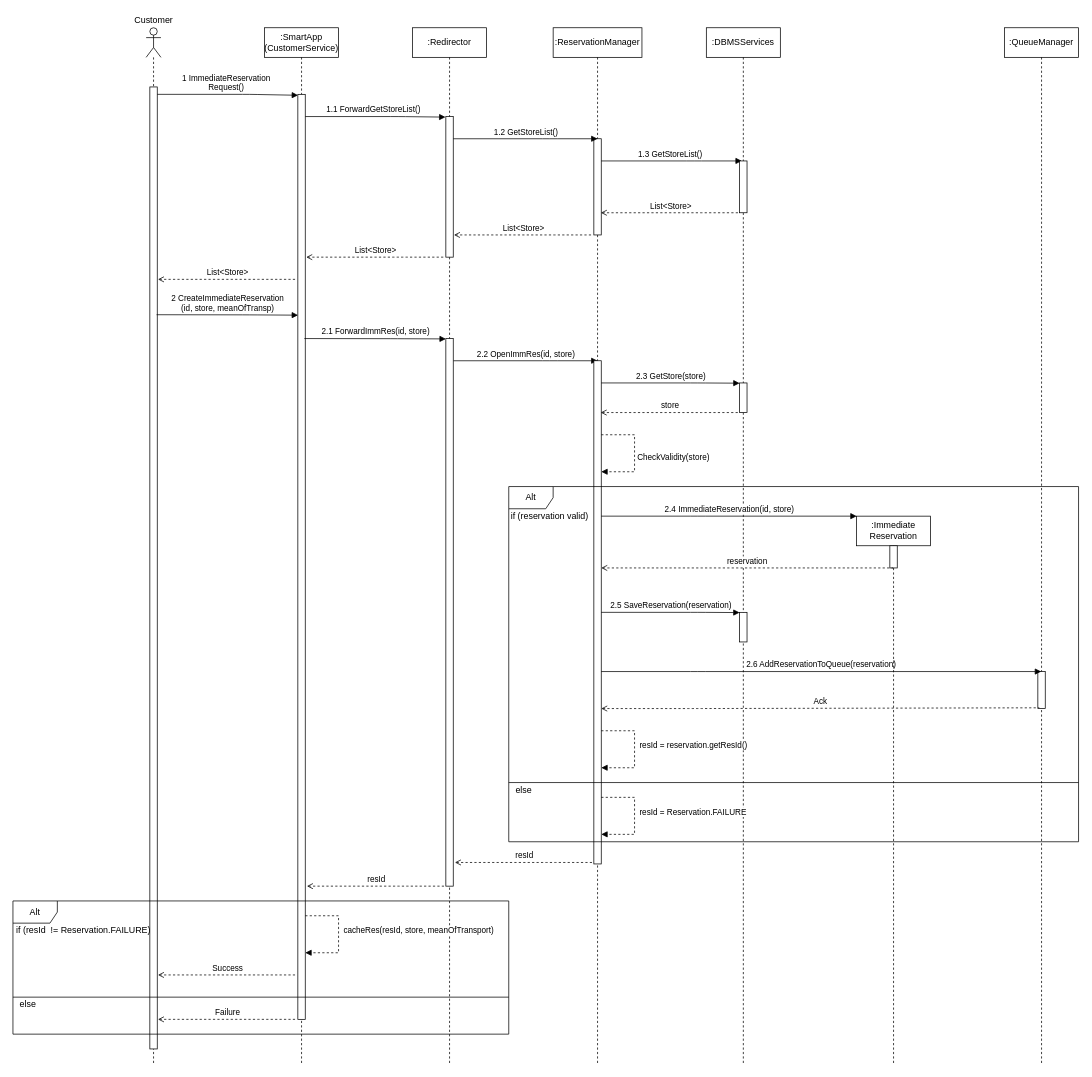
Before: DD/Images/RuntimeViewImmRes.drawio in StefanoAzzone/AbelliAzzone, a draw.io diagram. Source tidied: cells renumbered, new cells numbered last; positions are measured from the earlier drawing's top-left corner, leaving out a move shared by most shapes. Both pictures are drawn from the tidied source at 74%, with x=0, y=0 at pixel (13, 13).
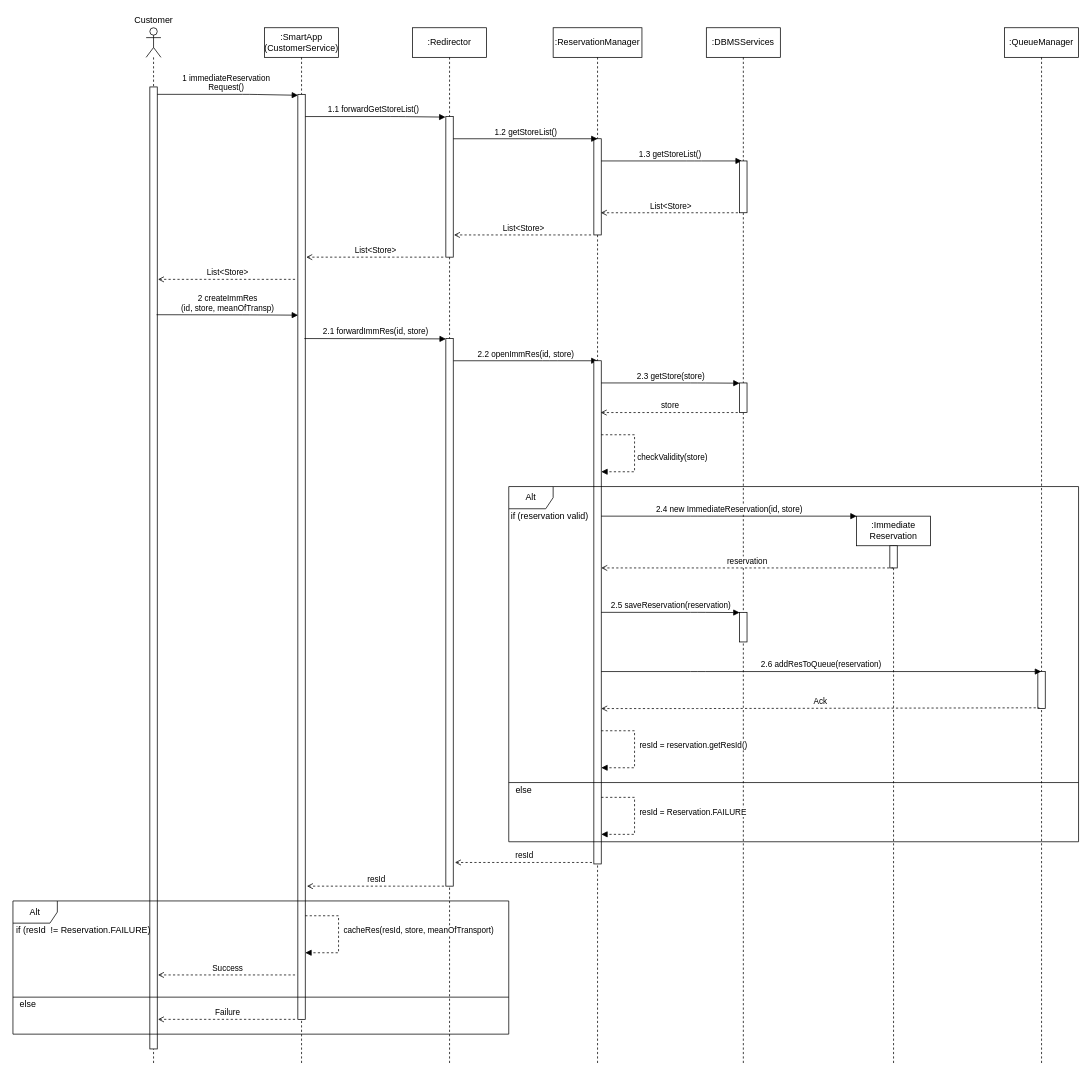
The same page after the edit.

Unchanged cells that the change refers to:
```xml
<mxCell id="8" style="html=1;points=[];perimeter=orthogonalPerimeter;" parent="7" vertex="1">
  <mxGeometry x="45" y="90" width="10" height="1250" as="geometry" />
</mxCell>
<mxCell id="14" style="html=1;points=[];perimeter=orthogonalPerimeter;" parent="1" vertex="1">
  <mxGeometry x="585" y="140" width="10" height="190" as="geometry" />
</mxCell>
<mxCell id="27" style="html=1;points=[];perimeter=orthogonalPerimeter;" parent="1" vertex="1">
  <mxGeometry x="982" y="500" width="10" height="40" as="geometry" />
</mxCell>
<mxCell id="35" value=":QueueManager" style="shape=umlLifeline;perimeter=lifelinePerimeter;whiteSpace=wrap;html=1;outlineConnect=0;" parent="1" vertex="1">
  <mxGeometry x="1340" y="20" width="100" height="1400" as="geometry" />
</mxCell>
<mxCell id="38" value="&lt;div&gt;:Immediate&lt;/div&gt;&lt;div&gt;Reservation&lt;/div&gt;" style="shape=umlLifeline;perimeter=lifelinePerimeter;whiteSpace=wrap;html=1;outlineConnect=0;" parent="1" vertex="1">
  <mxGeometry x="1140" y="680" width="100" height="740" as="geometry" />
</mxCell>
```

Diff of the diagram source:
```diff
@@
-    <mxCell id="2" value="&lt;div&gt;1.3 GetStoreList()&lt;/div&gt;" style="html=1;verticalAlign=bottom;endArrow=block;" parent="1" edge="1">
+    <mxCell id="2" value="&lt;div&gt;1.3 getStoreList()&lt;/div&gt;" style="html=1;verticalAlign=bottom;endArrow=block;" parent="1" edge="1">
       <mxGeometry relative="1" as="geometry">
         <mxPoint x="790" y="200" as="sourcePoint" />
         <mxPoint x="985" y="200" as="targetPoint" />
         <Array as="points">
           <mxPoint x="920.5" y="200" />
         </Array>
       </mxGeometry>
     </mxCell>
-    <mxCell id="3" value="&lt;div&gt;1.1 ForwardGetStoreList()&lt;/div&gt;" style="html=1;verticalAlign=bottom;endArrow=block;entryX=-0.05;entryY=0.004;entryDx=0;entryDy=0;entryPerimeter=0;" parent="1" edge="1" target="14">
+    <mxCell id="3" value="&lt;div&gt;1.1 forwardGetStoreList()&lt;/div&gt;" style="html=1;verticalAlign=bottom;endArrow=block;entryX=-0.05;entryY=0.004;entryDx=0;entryDy=0;entryPerimeter=0;" parent="1" edge="1" target="14">
       <mxGeometry relative="1" as="geometry">
         <mxPoint x="390" y="140" as="sourcePoint" />
         <Array as="points">
           <mxPoint x="520.5" y="140" />
         </Array>
       </mxGeometry>
     </mxCell>
-    <mxCell id="4" value="&lt;div&gt;1 ImmediateReservation&lt;/div&gt;&lt;div&gt;Request()&lt;/div&gt;" style="html=1;verticalAlign=bottom;endArrow=block;entryX=0.033;entryY=0.001;entryDx=0;entryDy=0;entryPerimeter=0;" parent="1" edge="1" target="8">
+    <mxCell id="4" value="&lt;div&gt;1 immediateReservation&lt;/div&gt;&lt;div&gt;Request()&lt;/div&gt;" style="html=1;verticalAlign=bottom;endArrow=block;entryX=0.033;entryY=0.001;entryDx=0;entryDy=0;entryPerimeter=0;" parent="1" edge="1" target="8">
       <mxGeometry relative="1" as="geometry">
         <mxPoint x="189.5" y="110" as="sourcePoint" />
         <Array as="points">
           <mxPoint x="320" y="110" />
         </Array>
       </mxGeometry>
     </mxCell>
@@
-    <mxCell id="15" value="&lt;div&gt;1.2 GetStoreList()&lt;/div&gt;" style="html=1;verticalAlign=bottom;endArrow=block;" parent="1" edge="1">
+    <mxCell id="15" value="&lt;div&gt;1.2 getStoreList()&lt;/div&gt;" style="html=1;verticalAlign=bottom;endArrow=block;" parent="1" edge="1">
       <mxGeometry relative="1" as="geometry">
         <mxPoint x="595" y="170" as="sourcePoint" />
         <mxPoint x="790" y="170" as="targetPoint" />
         <Array as="points">
           <mxPoint x="725.5" y="170" />
         </Array>
       </mxGeometry>
     </mxCell>
@@
-    <mxCell id="21" value="&lt;div&gt;2 CreateImmediateReservation&lt;/div&gt;&lt;div&gt;(id, store, meanOfTransp)&lt;/div&gt;" style="html=1;verticalAlign=bottom;endArrow=block;entryX=0.033;entryY=0.001;entryDx=0;entryDy=0;entryPerimeter=0;exitX=0.913;exitY=0.937;exitDx=0;exitDy=0;exitPerimeter=0;" parent="1" edge="1">
+    <mxCell id="21" value="&lt;div&gt;2 createImmRes&lt;/div&gt;&lt;div&gt;(id, store, meanOfTransp)&lt;/div&gt;" style="html=1;verticalAlign=bottom;endArrow=block;entryX=0.033;entryY=0.001;entryDx=0;entryDy=0;entryPerimeter=0;exitX=0.913;exitY=0.937;exitDx=0;exitDy=0;exitPerimeter=0;" parent="1" edge="1">
       <mxGeometry relative="1" as="geometry">
         <mxPoint x="194.1" y="407.8" as="sourcePoint" />
         <mxPoint x="385.3" y="408.4" as="targetPoint" />
         <Array as="points">
           <mxPoint x="320" y="408" />
         </Array>
       </mxGeometry>
     </mxCell>
-    <mxCell id="22" value="&lt;div&gt;2.1 ForwardImmRes(id, store)&lt;/div&gt;" style="html=1;verticalAlign=bottom;endArrow=block;entryX=0.033;entryY=0.001;entryDx=0;entryDy=0;entryPerimeter=0;exitX=0.913;exitY=0.937;exitDx=0;exitDy=0;exitPerimeter=0;" parent="1" edge="1">
+    <mxCell id="22" value="&lt;div&gt;2.1 forwardImmRes(id, store)&lt;/div&gt;" style="html=1;verticalAlign=bottom;endArrow=block;entryX=0.033;entryY=0.001;entryDx=0;entryDy=0;entryPerimeter=0;exitX=0.913;exitY=0.937;exitDx=0;exitDy=0;exitPerimeter=0;" parent="1" edge="1">
       <mxGeometry relative="1" as="geometry">
         <mxPoint x="393.8" y="440" as="sourcePoint" />
         <mxPoint x="585" y="440.5" as="targetPoint" />
         <Array as="points">
           <mxPoint x="519.7" y="440.2" />
         </Array>
       </mxGeometry>
     </mxCell>
-    <mxCell id="23" value="&lt;div&gt;2.2 OpenImmRes(id, store)&lt;/div&gt;" style="html=1;verticalAlign=bottom;endArrow=block;" parent="1" edge="1">
+    <mxCell id="23" value="&lt;div&gt;2.2 openImmRes(id, store)&lt;/div&gt;" style="html=1;verticalAlign=bottom;endArrow=block;" parent="1" edge="1">
       <mxGeometry relative="1" as="geometry">
         <mxPoint x="595" y="470" as="sourcePoint" />
         <mxPoint x="790" y="470" as="targetPoint" />
         <Array as="points">
           <mxPoint x="725.5" y="470" />
         </Array>
       </mxGeometry>
     </mxCell>
@@
-    <mxCell id="26" value="2.3 GetStore(store)" style="html=1;verticalAlign=bottom;endArrow=block;entryX=0.001;entryY=0.008;entryDx=0;entryDy=0;entryPerimeter=0;" parent="1" edge="1" target="27">
+    <mxCell id="26" value="2.3 getStore(store)" style="html=1;verticalAlign=bottom;endArrow=block;entryX=0.001;entryY=0.008;entryDx=0;entryDy=0;entryPerimeter=0;" parent="1" edge="1" target="27">
       <mxGeometry relative="1" as="geometry">
         <mxPoint x="795" y="500" as="sourcePoint" />
         <Array as="points">
           <mxPoint x="925.5" y="500" />
         </Array>
       </mxGeometry>
     </mxCell>
@@
-    <mxCell id="29" value="CheckValidity(store)" style="edgeStyle=orthogonalEdgeStyle;html=1;align=left;spacingLeft=2;endArrow=block;rounded=0;dashed=1;" parent="1" edge="1">
+    <mxCell id="29" value="checkValidity(store)" style="edgeStyle=orthogonalEdgeStyle;html=1;align=left;spacingLeft=2;endArrow=block;rounded=0;dashed=1;" parent="1" edge="1">
       <mxGeometry x="0.07" relative="1" as="geometry">
         <mxPoint x="795" y="570" as="sourcePoint" />
         <mxPoint x="795" y="620" as="targetPoint" />
         <Array as="points">
           <mxPoint x="840" y="570" />
           <mxPoint x="840" y="620" />
         </Array>
       </mxGeometry>
     </mxCell>
@@
-    <mxCell id="33" value="2.5 SaveReservation(reservation)" style="html=1;verticalAlign=bottom;endArrow=block;entryX=0.001;entryY=0.008;entryDx=0;entryDy=0;entryPerimeter=0;" parent="1" edge="1">
+    <mxCell id="33" value="2.5 saveReservation(reservation)" style="html=1;verticalAlign=bottom;endArrow=block;entryX=0.001;entryY=0.008;entryDx=0;entryDy=0;entryPerimeter=0;" parent="1" edge="1">
       <mxGeometry relative="1" as="geometry">
         <mxPoint x="795" y="810" as="sourcePoint" />
         <mxPoint x="982" y="810.3" as="targetPoint" />
         <Array as="points">
           <mxPoint x="925.5" y="810" />
         </Array>
       </mxGeometry>
     </mxCell>
@@
-    <mxCell id="37" value="2.6 AddReservationToQueue(reservation)" style="html=1;verticalAlign=bottom;endArrow=block;" parent="1" edge="1" target="35">
+    <mxCell id="37" value="2.6 addResToQueue(reservation)" style="html=1;verticalAlign=bottom;endArrow=block;" parent="1" edge="1" target="35">
       <mxGeometry relative="1" as="geometry">
         <mxPoint x="795" y="890" as="sourcePoint" />
         <Array as="points">
           <mxPoint x="925.5" y="890" />
         </Array>
       </mxGeometry>
     </mxCell>
@@
-    <mxCell id="40" value="2.4 ImmediateReservation(id, store)" style="html=1;verticalAlign=bottom;endArrow=block;entryX=0.002;entryY=0;entryDx=0;entryDy=0;entryPerimeter=0;" parent="1" edge="1" target="38">
+    <mxCell id="40" value="2.4 new ImmediateReservation(id, store)" style="html=1;verticalAlign=bottom;endArrow=block;entryX=0.002;entryY=0;entryDx=0;entryDy=0;entryPerimeter=0;" parent="1" edge="1" target="38">
       <mxGeometry relative="1" as="geometry">
         <mxPoint x="795" y="680" as="sourcePoint" />
         <Array as="points">
           <mxPoint x="925.5" y="680" />
         </Array>
       </mxGeometry>
     </mxCell>
```
